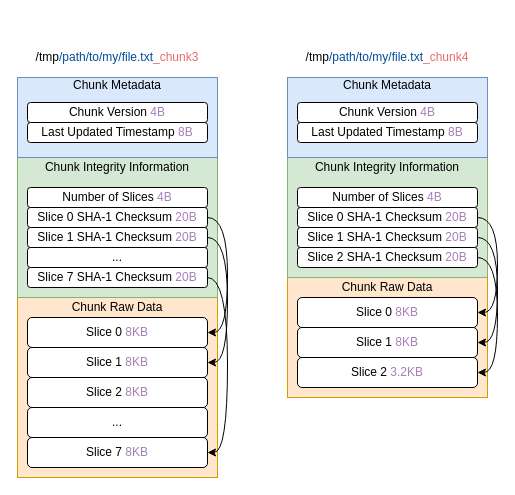
This is chunk_representation.drawio from inf0rmatiker/distribufile, a draw.io file, before an edit. Source tidied: cells renumbered, new cells numbered last; positions are measured from the earlier drawing's top-left corner, leaving out a move shared by most shapes. Both pictures are drawn from the tidied source at 100%, with x=0, y=0 at pixel (17, 47).
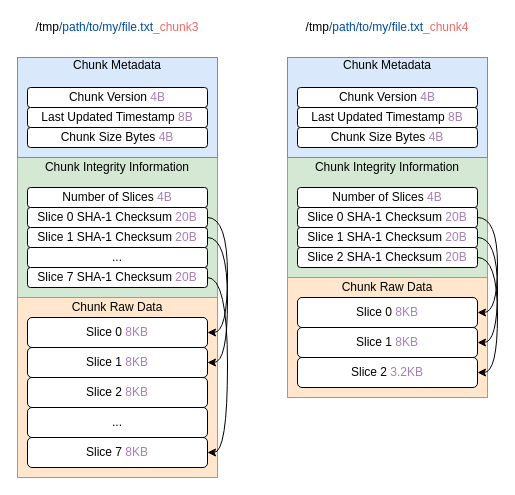
The same diagram, later.

The edit, as a diff of the source:
```diff
@@
     <mxCell id="4" style="rounded=0;whiteSpace=wrap;html=1;fillColor=#dae8fc;strokeColor=#6c8ebf;" parent="1" vertex="1">
-      <mxGeometry y="30" width="200" height="80" as="geometry" />
+      <mxGeometry y="10" width="200" height="100" as="geometry" />
     </mxCell>
@@
     <mxCell id="7" value="Chunk Metadata" style="text;html=1;strokeColor=none;fillColor=none;align=center;verticalAlign=middle;whiteSpace=wrap;rounded=0;" parent="1" vertex="1">
-      <mxGeometry y="30" width="200" height="15" as="geometry" />
+      <mxGeometry y="10" width="200" height="15" as="geometry" />
     </mxCell>
@@
     <mxCell id="20" value="Chunk Version&amp;nbsp;&lt;span style=&quot;color: rgb(166 , 128 , 184)&quot;&gt;4B&lt;/span&gt;" style="rounded=1;whiteSpace=wrap;html=1;" parent="1" vertex="1">
-      <mxGeometry x="10" y="55" width="180" height="20" as="geometry" />
+      <mxGeometry x="10" y="40" width="180" height="20" as="geometry" />
     </mxCell>
     <mxCell id="21" value="Last Updated Timestamp&amp;nbsp;&lt;span style=&quot;color: rgb(166 , 128 , 184)&quot;&gt;8B&lt;/span&gt;" style="rounded=1;whiteSpace=wrap;html=1;" parent="1" vertex="1">
-      <mxGeometry x="10" y="75" width="180" height="20" as="geometry" />
+      <mxGeometry x="10" y="60" width="180" height="20" as="geometry" />
     </mxCell>
     <mxCell id="22" value="/tmp&lt;font color=&quot;#004c99&quot;&gt;/path/to/my/file.txt&lt;/font&gt;&lt;font color=&quot;#ea6b66&quot;&gt;_chunk3&lt;/font&gt;" style="text;html=1;strokeColor=none;fillColor=none;align=center;verticalAlign=middle;whiteSpace=wrap;rounded=0;" parent="1" vertex="1">
-      <mxGeometry width="200" height="20" as="geometry" />
+      <mxGeometry y="-30" width="200" height="20" as="geometry" />
     </mxCell>
@@
     <mxCell id="26" style="rounded=0;whiteSpace=wrap;html=1;fillColor=#dae8fc;strokeColor=#6c8ebf;" parent="1" vertex="1">
-      <mxGeometry x="270" y="30" width="200" height="80" as="geometry" />
+      <mxGeometry x="270" y="10" width="200" height="100" as="geometry" />
     </mxCell>
@@
     <mxCell id="29" value="Chunk Metadata" style="text;html=1;strokeColor=none;fillColor=none;align=center;verticalAlign=middle;whiteSpace=wrap;rounded=0;" parent="1" vertex="1">
-      <mxGeometry x="270" y="30" width="200" height="15" as="geometry" />
+      <mxGeometry x="270" y="10" width="200" height="15" as="geometry" />
     </mxCell>
@@
     <mxCell id="37" value="Chunk Version&amp;nbsp;&lt;span style=&quot;color: rgb(166 , 128 , 184)&quot;&gt;4B&lt;/span&gt;" style="rounded=1;whiteSpace=wrap;html=1;" parent="1" vertex="1">
-      <mxGeometry x="280" y="55" width="180" height="20" as="geometry" />
+      <mxGeometry x="280" y="40" width="180" height="20" as="geometry" />
     </mxCell>
     <mxCell id="38" value="Last Updated Timestamp&amp;nbsp;&lt;span style=&quot;color: rgb(166 , 128 , 184)&quot;&gt;8B&lt;/span&gt;" style="rounded=1;whiteSpace=wrap;html=1;" parent="1" vertex="1">
-      <mxGeometry x="280" y="75" width="180" height="20" as="geometry" />
+      <mxGeometry x="280" y="60" width="180" height="20" as="geometry" />
     </mxCell>
     <mxCell id="39" value="/tmp&lt;font color=&quot;#004c99&quot;&gt;/path/to/my/file.txt&lt;/font&gt;&lt;font color=&quot;#ea6b66&quot;&gt;_chunk4&lt;br&gt;&lt;/font&gt;" style="text;html=1;strokeColor=none;fillColor=none;align=center;verticalAlign=middle;whiteSpace=wrap;rounded=0;" parent="1" vertex="1">
-      <mxGeometry x="270" width="200" height="20" as="geometry" />
+      <mxGeometry x="270" y="-30" width="200" height="20" as="geometry" />
     </mxCell>
@@
+    <mxCell id="43" value="Chunk Size Bytes &lt;font color=&quot;#a680b8&quot;&gt;4B&lt;/font&gt;" style="rounded=1;whiteSpace=wrap;html=1;" parent="1" vertex="1">
+      <mxGeometry x="10" y="80" width="180" height="20" as="geometry" />
+    </mxCell>
+    <mxCell id="44" value="Chunk Size Bytes &lt;font color=&quot;#a680b8&quot;&gt;4B&lt;/font&gt;" style="rounded=1;whiteSpace=wrap;html=1;" parent="1" vertex="1">
+      <mxGeometry x="280" y="80" width="180" height="20" as="geometry" />
+    </mxCell>
```
